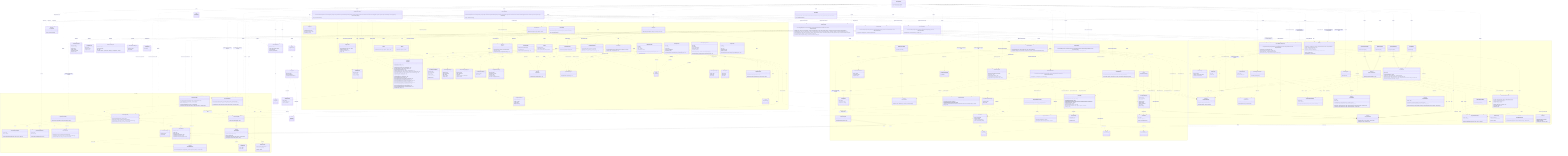
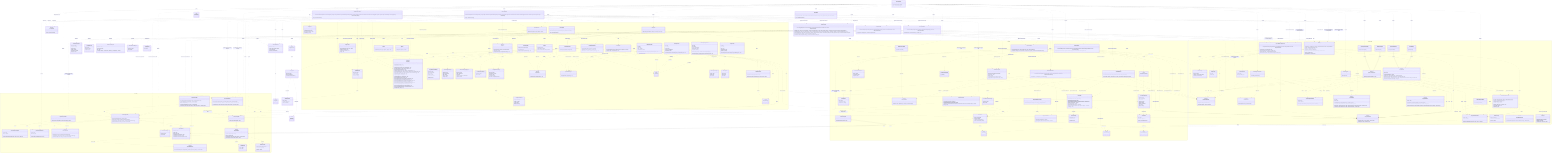
%% Authoritative, system-wide contract chart: every class and every relationship,
%% including the cross-domain interactions between modules.
%% For focused, per-domain views (intra-domain relationships only), see
%% docs/contracts/domains/ (one chart per domain + a README).
classDiagram
  direction TB

  class LicenseWizard {
    +LicenseWizard(args: string[])
    +run() Promise~Answer[]~
  }

  class IWizardMode {
    <<interface>>
    +run() Promise~Answer[]~
  }

  class InteractiveMode {
    +InteractiveMode(licenses: LicenseRepository, config: Config, manifests: ProjectManifestRepository, installer: LicenseInstaller, generator: LicenseGenerator, headers: HeaderApplier, renderer: IRenderer, reporter: IReporter, flags: WizardFlags)
    +run() Promise~Answer[]~
  }

  class NonInteractiveMode {
    +NonInteractiveMode(licenses: LicenseRepository, config: Config, manifests: ProjectManifestRepository, installer: LicenseInstaller, generator: LicenseGenerator, headers: HeaderApplier, reporter: IReporter, flags: WizardFlags, saveTargetByFlag: Record~string, string~)
    +run() Promise~Answer[]~
  }

  class VerifyMode {
    +VerifyMode(verifier: LicenseVerifier, headerVerifier: HeaderVerifier, config: Config, reporter: IReporter, strict: boolean)
    +run() Promise~Answer[]~
  }

  class WizardFlags {
    <<type>>
  }

  class HeaderApplier {
    +HeaderApplier(licenses: LicenseRepository, reader: IFileSystemReader & IPathResolver, writer: IFileSystemWriter)
    +apply(licenseId: string, style: HeaderStyle, comment: HeaderComment, tokens: Record~string, string~, extraIgnores: string[]) Promise~HeaderApplyReport~
    +preview(licenseId: string, style: HeaderStyle, comment: HeaderComment, tokens: Record~string, string~, extraIgnores: string[]) Promise~HeaderPreview | null~
    +forceApply(licenseId: string, style: HeaderStyle, comment: HeaderComment, tokens: Record~string, string~, file: string, options?: object) Promise~HeaderForceReport~
    +remove(extraIgnores: string[]) Promise~HeaderRemovalReport~
    +previewRemoval(extraIgnores: string[]) Promise~HeaderRemovalReport~
  }

  class HeaderApplyReport {
    +licenseId: string
    +style: HeaderStyle
    +total: number
    +written: number
    +unchanged: number
    +skipped: string[]
  }

  class HeaderPreview {
    +files: string[]
    +skipped: string[]
    +sample: string
  }

  class HeaderForceReport {
    +licenseId: string
    +style: HeaderStyle
    +file: string
    +outcome: "written" | "unchanged" | "missing" | "unsupported" | "outside"
  }

  class HeaderRemovalReport {
    +removed: string[]
    +total: number
  }

  class LicenseInstaller {
    +LicenseInstaller(config: Config, manifests: ProjectManifestRepository, generator: LicenseGenerator)
    +install(selection: LicenseSelection) Promise~void~
  }

  class LicenseVerifier {
    +LicenseVerifier(config: Config, manifests: ProjectManifestRepository, generator: LicenseGenerator, reader: IFileSystemReader)
    +verify(options: VerifyOptions) Promise~VerifyOutcome~
  }

  class LicenseSelection {
    +licenseId: string
    +tokens: Record~string, string~
    +save: ConfigSave
    +headers?: HeaderConfig
  }

  class ConfigSave {
    <<union>>
  }

  class VerifyOptions {
    +fix: boolean
  }

  class VerifyOutcome {
    <<union>>
  }

  class VerifyReport {
    +licenseId: string
    +license: DriftStatus
    +manifests: ManifestCheck[]
  }

  class ManifestCheck {
    +name: string
    +declared: string | null
    +status: DriftStatus
  }

  class DriftStatus {
    <<union>>
  }

  namespace CLI {
    class FlagParser {
      +FlagParser(flags: object)
      +parse(args: string[]) object
      +formatHelp() string
    }

    class Orchestrator {
      +Orchestrator(repository: QuestionRepository, renderer: IRenderer)
      +run() Promise~Answer[]~
    }

    class IRenderer {
      <<interface>>
      +render(question: Question) Promise~Answer~
      +onCancel() string
      +complete(summary: CompletionSummary) void
    }

    class CompletionSummary {
      +licenseId: string
      +customized: boolean
      +savedTo: string
      +manifests: string[]
      +headers?: CompletionHeaders
    }

    class CompletionHeaders {
      +style: HeaderStyle
      +written: number
      +total: number
      +skipped: string[]
    }

    class ProgressBar {
      +ProgressBar(label: string, out?: object)
      +start(total: number) void
      +update(done: number) void
      +stop() void
    }

    class ClackRenderer {
      +ClackRenderer(meta: object, spinner: Spinner)
    }

    class IReporter {
      <<interface>>
      +usage(options: string) void
      +version(version: string) void
      +tokens(licenseId: string, slots: TemplateSlot[]) void
      +generated(licenseId: string, savedTo: string) void
      +dryRun(report: DryRunReport) void
      +missingFields(licenseId: string, missing: TemplateSlot[]) void
      +unknownFields(licenseId: string, unknown: string[], slots: TemplateSlot[]) void
      +licenseNotFound(licenseId: string, suggestions: LicenseIndexEntry[]) void
      +verifyMatch(report: VerifyReport) void
      +verifyFixed(report: VerifyReport) void
      +verifyMismatch(report: VerifyReport) void
      +headersNoFiles(licenseId: string) void
      +headersGenerated(report: HeaderGenerateReport) void
      +headersDryRun(report: HeaderDryRunReport) void
      +headersForceApplied(report: HeaderForceApplyReport) void
      +headersRemoved(report: HeaderRemoveReport) void
      +headersRemoveDryRun(report: HeaderRemoveReport) void
      +headersVerifyMatch(report: HeaderVerifyReport) void
      +headersVerifyFixed(report: HeaderVerifyReport) void
      +headersVerifyMismatch(report: HeaderVerifyReport) void
      +error(message: string) void
    }

    class HeaderGenerateReport {
      +licenseId: string
      +style: HeaderStyle
      +total: number
      +written: number
      +unchanged: number
      +skipped: string[]
    }

    class HeaderDryRunReport {
      +licenseId: string
      +style: HeaderStyle
      +files: string[]
      +skipped: string[]
      +sample: string
    }

    class HeaderForceApplyReport {
      +licenseId: string
      +style: HeaderStyle
      +file: string
      +outcome: "written" | "unchanged"
      +dryRun: boolean
    }

    class HeaderRemoveReport {
      +removed: string[]
      +total: number
    }

    class DryRunReport {
      +licenseId: string
      +content: string
      +save: ConfigSave
      +manifests: string[]
    }

    class MessageReporter {
      +MessageReporter(sink: IOutputSink)
    }

    class CliReporter {
      +CliReporter(programName: string, out?: object, err?: object)
    }

    class IOutputSink {
      <<interface>>
      +emit(message: OutputMessage) void
    }

    class StreamSink {
      +StreamSink(presenter: ReportPresenter, out?: object, err?: object)
      +emit(message: OutputMessage) void
    }

    class RecordingSink {
      +RecordingSink()
      +emit(message: OutputMessage) void
      +messages: OutputMessage[]
    }

    class ReportPresenter {
      +ReportPresenter(programName: string)
      +present(message: OutputMessage, options: object) string
    }

    class OutputMessage {
      <<union>>
    }

    class Banner {
      +buildBanner(meta: object, options: object) string
    }

    class Spinner {
      +start(handle: object) Function
    }

    class QuestionRepository {
      +QuestionRepository(questions: Question[])
      +getByIndex(index: number) Question | null
      +insertAt(index: number, questions: Question[]) void
    }

    class QuestionLifecycle {
      +inject(questions: Question[]) void
    }

    class Question {
      <<union>>
    }

    class TextQuestion {
      +id: string
      +text: string
      +type: "text"
      +defaultValue: string
      +required?: boolean
      +onAnswer(answer: Answer, lifecycle: QuestionLifecycle) void
    }

    class ConfirmQuestion {
      +id: string
      +text: string
      +type: "confirm"
      +defaultValue: boolean
      +onAnswer(answer: Answer, lifecycle: QuestionLifecycle) void
    }

    class AutocompleteQuestion {
      +id: string
      +text: string
      +type: "autocomplete"
      +defaultValue: string
      +required?: boolean
      +search(query: string) Promise~AutocompleteOption[]~
      +onAnswer(answer: Answer, lifecycle: QuestionLifecycle) void
    }

    class AutocompleteOption {
      +value: string
      +label: string
      +hint: string
    }

    class SelectQuestion {
      +id: string
      +text: string
      +type: "select"
      +options: SelectOption[]
      +defaultValue: string
      +onAnswer(answer: Answer, lifecycle: QuestionLifecycle) void
    }

    class SelectOption {
      +value: string
      +label: string
      +hint: string
    }

    class Answer {
      +questionId: string
      +value: string | boolean
      +fields: Record~string, string | boolean~
    }
  }

  namespace Licensing {
    class LicenseRepository {
      +LicenseRepository(source: ILicenseSource)
      +search(query: string) Promise~LicenseIndexEntry[]~
      +suggest(query: string, limit: number) Promise~LicenseIndexEntry[]~
      +getLicense(licenseId: string) Promise~LicenseDetail~
    }

    class LicenseRepositoryError {
      +name: string
      +cause: unknown
      +LicenseRepositoryError(message: string, cause?: unknown)
    }

    class LicenseNotFoundError {
      +name: string
      +licenseId: string
      +LicenseNotFoundError(licenseId: string)
    }

    class ILicenseSource {
      <<interface>>
      +search(query: string) Promise~LicenseIndexEntry[]~
      +suggest(query: string, limit: number) Promise~LicenseIndexEntry[]~
      +fetchLicense(licenseId: string) Promise~LicenseDetail~
    }

    class SpdxLicenseSource {
      +SpdxLicenseSource(ttlMs?: number, timeoutMs?: number)
    }

    class LicenseIndexEntry {
      +licenseId: string
      +name: string
    }

    class LicenseDetail {
      +licenseId: string
      +name: string
      +licenseText: string
      +standardLicenseTemplate?: string
      +standardLicenseHeader?: string
      +standardLicenseHeaderTemplate?: string
    }

    class SpdxTemplate {
      <<abstract>>
      +SpdxTemplate(template: string)
      +slots() TemplateSlot[]
      +resolveSlots(entries: Map~string, string~) SlotResolution
      +render(values: Record~string, string~) string
    }

    class LicenseTemplate {
      +LicenseTemplate(template: string)
    }

    class LicenseCopyright {
      +LicenseCopyright(bodyTemplate: string, headerTemplate: string)
      +fromDetail(detail: LicenseDetail)$ LicenseCopyright
      +slots() TemplateSlot[]
      +requiredSlots(fullHeader: boolean) TemplateSlot[]
      +resolveFor(entries: Map~string, string~, fullHeader: boolean) SlotResolution
    }

    class resolveSlotEntries {
      <<function>>
      +resolveSlotEntries(slots: TemplateSlot[], entries: Map~string, string~) SlotResolution
    }

    class TemplateSlot {
      +token: string
      +label: string
    }

    class SlotResolution {
      +values: Record~string, string~
      +missing: TemplateSlot[]
      +unknown: string[]
    }

    class LicenseGenerator {
      +LicenseGenerator(repository: LicenseRepository, writer: IFileSystemWriter)
      +generate(licenseId: string, slotValues?: Record~string, string~) Promise~void~
      +render(licenseId: string, slotValues?: Record~string, string~) Promise~string~
    }
  }

  namespace Configuration {
    class IFileSystemReader {
      <<interface>>
      +read(path: string) Promise~string~
      +exists(path: string) Promise~boolean~
    }

    class IPathResolver {
      <<interface>>
      +realPath(path: string) Promise~string~
    }

    class IFileSystemWriter {
      <<interface>>
      +write(path: string, content: string) Promise~void~
      +delete(path: string) Promise~void~
    }

    class NodeFileSystemReader {
      +NodeFileSystemReader()
    }

    class NodeFileSystemWriter {
      +NodeFileSystemWriter()
    }

    class FileSystemReaderError {
      +name: string
      +cause: unknown
      +FileSystemReaderError(message: string, cause?: unknown)
    }

    class FileSystemWriterError {
      +name: string
      +cause: unknown
      +FileSystemWriterError(message: string, cause?: unknown)
    }

    class WizardConfig {
      +licenseId: string
      +tokens?: Record~string, string~
      +headers?: HeaderConfig
    }

    class HeaderConfig {
      +style: HeaderStyle
      +comment?: HeaderComment
      +ignore?: string[]
    }

    class parseWizardConfig {
      <<function>>
      +parseWizardConfig(value: unknown, fileName: string) WizardConfig
    }

    class ConfigTarget {
      +id: string
      +label: string
    }

    class IConfigStore {
      <<interface>>
      +id: string
      +label: string
      +available(reader: IFileSystemReader) Promise~boolean~
      +read(reader: IFileSystemReader) Promise~WizardConfig | null~
      +write(reader: IFileSystemReader, writer: IFileSystemWriter, config: WizardConfig) Promise~void~
      +clear(reader: IFileSystemReader, writer: IFileSystemWriter) Promise~void~
    }

    class RcConfigStore {
      +RcConfigStore()
    }

    class ManifestConfigStore {
      <<abstract>>
      +ManifestConfigStore(fileName: string)
    }

    class NpmConfigStore {
      +NpmConfigStore()
    }

    class ComposerConfigStore {
      +ComposerConfigStore()
    }

    class Config {
      +Config(stores: IConfigStore[], reader: IFileSystemReader, writer: IFileSystemWriter)
      +read() Promise~WizardConfig | null~
      +source() Promise~string | null~
      +targets() Promise~ConfigTarget[]~
      +write(config: WizardConfig, targetId: string) Promise~void~
      +clear() Promise~void~
      +clearHeaders() Promise~void~
    }

    class IProjectManifest {
      <<interface>>
      +name: string
      +exists(reader: IFileSystemReader) Promise~boolean~
      +readLicense(reader: IFileSystemReader) Promise~string | null~
      +writeLicense(reader: IFileSystemReader, writer: IFileSystemWriter, licenseId: string) Promise~void~
    }

    class JsonManifest {
      <<abstract>>
      +JsonManifest(fileName: string)
      +name: string
      +exists(reader: IFileSystemReader) Promise~boolean~
      +readLicense(reader: IFileSystemReader) Promise~string | null~
      +writeLicense(reader: IFileSystemReader, writer: IFileSystemWriter, licenseId: string) Promise~void~
      #extractLicenseId(value: unknown)* string | null
    }

    class NpmManifest {
      +NpmManifest()
    }

    class ComposerManifest {
      +ComposerManifest()
    }

    class ProjectManifestRepository {
      +ProjectManifestRepository(manifests: IProjectManifest[], reader: IFileSystemReader, writer: IFileSystemWriter)
      +readLicense() Promise~string | null~
      +writeLicense(licenseId: string) Promise~void~
      +declaredLicenses() Promise~ManifestLicense[]~
      +writeLicenseTo(name: string, licenseId: string) Promise~void~
    }

    class ManifestLicense {
      +name: string
      +licenseId: string | null
    }

    class JsonManifestDocument {
      +read(raw: string, fileName: string)$ JsonManifestDocument
      +empty()$ JsonManifestDocument
      +has(field: string) boolean
      +get(field: string) unknown
      +set(field: string, value: unknown) void
      +delete(field: string) void
      +serialize() string
    }

    class JsonStyle {
      +detect(raw: string)$ JsonStyle
      +default()$ JsonStyle
      +serialize(value: unknown) string
    }
  }

  namespace Headers {
    class HeaderPlan {
      +detail: LicenseDetail
      +style: HeaderStyle
      +comment: HeaderComment
      +tokens: Record~string, string~
    }

    class HeaderStyle {
      <<union>>
    }

    class HeaderComment {
      <<union>>
    }

    class HeaderRenderer {
      +HeaderRenderer(plan: HeaderPlan)
      +supportsFull(detail: LicenseDetail)$ boolean
      +fullHeaderHasUnfilledPlaceholders(detail: LicenseDetail, tokens: Record~string, string~)$ boolean
      +body() string
    }

    class HeaderTemplate {
      +HeaderTemplate(template: string)
    }

    class HeaderComposer {
      +HeaderComposer(plan: HeaderPlan)
      +fingerprint() string
-       +block(extension: string) string
+       +block() string
      +hasManaged(content: string) boolean
      +apply(content: string, filePath: string) string
    }

    class SourceFileScanner {
      +SourceFileScanner(walker: IFileTreeWalker, reader: IFileSystemReader, matchers?: GitignoreMatcherFactory)
      +scan(options?: ScanOptions) Promise~string[]~
    }

    class ScanOptions {
      +root?: string
      +extensions?: string[]
      +extraIgnores?: string[]
    }

    class GitignoreMatcher {
      +GitignoreMatcher(patterns: string[])
      +ignores(path: string, isDirectory: boolean) boolean
    }

    class GitignoreMatcherFactory {
      +fromContent(content: string, extra?: string[]) GitignoreMatcher
    }

    class IFileTreeWalker {
      <<interface>>
      +walk(root: string, skipDirectory: Function) Promise~string[]~
    }

    class NodeFileTreeWalker {
      +NodeFileTreeWalker()
    }

    class HeaderInstaller {
      +HeaderInstaller(reader: IFileSystemReader, writer: IFileSystemWriter)
      +install(files: string[], plan: HeaderPlan, onProgress?: Function) Promise~HeaderInstallSummary~
    }

    class HeaderInstallSummary {
      +written: string[]
      +unchanged: string[]
      +skipped: string[]
    }

    class SourceFile {
      +SourceFile(content: string, path: string)
      +extensionOf(path: string)$ string
-       +commentStyleFor(extension: string, comment?: HeaderComment)$ CommentStyle
+       +commentStyleFor(comment?: HeaderComment)$ CommentStyle
      +hasManagedHeader() boolean
      +canPlaceHeader() boolean
      +withoutManagedHeaders() SourceFile
      +withManagedHeader(block: string, options?: object) SourceFile
      +toString() string
    }

    class CommentStyle {
      +blockStart: string
      +linePrefix: string
      +blockEnd: string
    }

    class HeaderRemover {
      +HeaderRemover(reader: IFileSystemReader, writer: IFileSystemWriter)
      +remove(files: string[], onProgress?: Function) Promise~HeaderRemoveSummary~
    }

    class HeaderRemoveSummary {
      +removed: string[]
      +total: number
    }

    class HeaderVerifier {
      +HeaderVerifier(scanner: SourceFileScanner, reader: IFileSystemReader, writer: IFileSystemWriter, licenses: LicenseRepository)
      +verify(config: WizardConfig, options: HeaderVerifyOptions) Promise~HeaderVerifyOutcome~
    }

    class HeaderVerifyOptions {
      +fix: boolean
    }

    class HeaderVerifyOutcome {
      <<union>>
    }

    class HeaderVerifyReport {
      +licenseId: string
      +style: HeaderStyle
      +total: number
      +matched: string[]
      +missing: string[]
      +drifted: HeaderDrift[]
      +fixed: string[]
      +skipped: string[]
    }

    class HeaderDrift {
      +file: string
      +declares: object | null
      +reason: HeaderDriftReason
    }

    class HeaderDriftReason {
      <<union>>
    }
  }

  TextQuestion ..|> Question : member of
  ConfirmQuestion ..|> Question : member of
  AutocompleteQuestion ..|> Question : member of
  SelectQuestion ..|> Question : member of
  TextQuestion ..> QuestionLifecycle : onAnswer receives
  ConfirmQuestion ..> QuestionLifecycle : onAnswer receives
  AutocompleteQuestion ..> QuestionLifecycle : onAnswer receives
  SelectQuestion ..> QuestionLifecycle : onAnswer receives
  SelectQuestion ..> SelectOption : offers
  Orchestrator ..> QuestionLifecycle : creates
  ClackRenderer ..|> IRenderer : implements
  ClackRenderer ..> Spinner : uses
  ClackRenderer ..> Banner : renders
  IRenderer ..> CompletionSummary : renders
  ClackRenderer ..> CompletionSummary : renders
  MessageReporter ..|> IReporter : implements
  CliReporter --|> MessageReporter : terminal wiring
  MessageReporter ..> IOutputSink : emits to
  MessageReporter ..> OutputMessage : builds
  StreamSink ..|> IOutputSink : implements
  RecordingSink ..|> IOutputSink : implements
  StreamSink ..> ReportPresenter : renders with
  ReportPresenter ..> OutputMessage : renders
  CliReporter ..> StreamSink : wires
  CliReporter ..> ReportPresenter : wires
  MessageReporter ..> TemplateSlot : reads
  MessageReporter ..> VerifyReport : reads
  MessageReporter ..> DryRunReport : reads
  %% Composition root: LicenseWizard parses flags, builds the shared graph, and
  %% delegates each run to one of the three modes through IWizardMode.
  LicenseWizard ..> FlagParser : uses
  LicenseWizard ..> WizardFlags : parses
  LicenseWizard ..> CliReporter : creates
  LicenseWizard ..> IReporter : reports usage through
  LicenseWizard ..> ClackRenderer : creates
  LicenseWizard ..> SpdxLicenseSource : creates
  LicenseWizard ..> LicenseRepository : creates
  LicenseWizard ..> LicenseGenerator : creates
  LicenseWizard ..> LicenseInstaller : creates
  LicenseWizard ..> HeaderApplier : creates
  LicenseWizard ..> LicenseVerifier : creates
  LicenseWizard ..> IWizardMode : delegates the run to
  LicenseWizard ..> InteractiveMode : creates
  LicenseWizard ..> NonInteractiveMode : creates
  LicenseWizard ..> VerifyMode : creates
  InteractiveMode ..|> IWizardMode : implements
  NonInteractiveMode ..|> IWizardMode : implements
  VerifyMode ..|> IWizardMode : implements

  %% Interactive mode: the prompt-driven setup flow.
  InteractiveMode ..> ClackRenderer : renders through
  InteractiveMode ..> IRenderer : reports completion through
  InteractiveMode ..> Orchestrator : creates
  InteractiveMode ..> QuestionRepository : creates
  InteractiveMode ..> LicenseRepository : searches and resolves with
  InteractiveMode ..> LicenseTemplate : creates
  InteractiveMode ..> HeaderRenderer : checks full-header support with
  InteractiveMode ..> LicenseInstaller : applies selection through
  InteractiveMode ..> HeaderApplier : applies headers through
  InteractiveMode ..> LicenseGenerator : renders dry-run preview through
  InteractiveMode ..> Config : reads config and targets from
  InteractiveMode ..> ProjectManifestRepository : reads and reports manifests through
  InteractiveMode ..> IReporter : reports dry-run through
  InteractiveMode ..> LicenseSelection : builds
  InteractiveMode ..> DryRunReport : builds

  %% Non-interactive mode: flag-driven generation, apply-config, and removal.
  NonInteractiveMode ..> LicenseRepository : resolves and suggests with
  NonInteractiveMode ..> LicenseTemplate : creates
  NonInteractiveMode ..> HeaderRenderer : checks full-header support with
  NonInteractiveMode ..> LicenseInstaller : applies selection through
  NonInteractiveMode ..> HeaderApplier : applies headers through
  NonInteractiveMode ..> LicenseGenerator : renders dry-run preview through
  NonInteractiveMode ..> Config : reads config and clears headers through
  NonInteractiveMode ..> ProjectManifestRepository : reports manifests through
  NonInteractiveMode ..> IReporter : reports through
  NonInteractiveMode ..> LicenseSelection : builds
  NonInteractiveMode ..> DryRunReport : builds
  NonInteractiveMode ..> LicenseNotFoundError : handles

  %% Verify mode: LICENSE/manifest and source-header verification.
  VerifyMode ..> LicenseVerifier : verifies through
  VerifyMode ..> HeaderVerifier : verifies headers through
  VerifyMode ..> Config : reads config from
  VerifyMode ..> IReporter : reports through

  LicenseInstaller ..> Config : uses
  LicenseInstaller ..> ProjectManifestRepository : writes selection to
  LicenseInstaller ..> LicenseGenerator : uses
  LicenseInstaller ..> LicenseSelection : applies
  LicenseVerifier ..> Config : reads config from
  LicenseVerifier ..> ProjectManifestRepository : checks and reconciles manifests through
  LicenseVerifier ..> LicenseGenerator : re-renders and rewrites with
  LicenseVerifier ..> IFileSystemReader : reads LICENSE through
  LicenseVerifier ..> VerifyOptions : configured by
  LicenseVerifier ..> VerifyOutcome : returns
  VerifyOutcome ..> VerifyReport : carries
  VerifyReport ..> ManifestCheck : aggregates
  VerifyReport ..> DriftStatus : statuses by
  ManifestCheck ..> DriftStatus : status by
  ProjectManifestRepository ..> ManifestLicense : produces
  LicenseSelection ..> ConfigSave : has
  DryRunReport ..> ConfigSave : carries
  Orchestrator ..> QuestionRepository : gets questions from
  Orchestrator ..> IRenderer : feeds questions to
  ClackRenderer ..> Question : renders
  QuestionRepository ..> Question : produces
  AutocompleteQuestion ..> AutocompleteOption : search produces
  Orchestrator ..> Answer : collects
  SpdxLicenseSource ..|> ILicenseSource : implements
  LicenseRepository ..> ILicenseSource : uses
  LicenseRepository ..> LicenseIndexEntry : produces
  LicenseRepository ..> LicenseDetail : produces
  LicenseRepository ..> LicenseRepositoryError : throws
  LicenseRepository ..> LicenseNotFoundError : throws
  SpdxLicenseSource ..> LicenseNotFoundError : throws
  MessageReporter ..> LicenseIndexEntry : reads
  LicenseGenerator ..> LicenseRepository : uses
  LicenseGenerator ..> IFileSystemWriter : uses
  LicenseGenerator ..> LicenseTemplate : uses
  LicenseTemplate --|> SpdxTemplate : extends
  LicenseCopyright ..> LicenseTemplate : parses body and header with
  LicenseCopyright ..> resolveSlotEntries : resolves with
  SpdxTemplate ..> resolveSlotEntries : resolves with
  HeaderTemplate --|> SpdxTemplate : extends
  SpdxTemplate ..> TemplateSlot : produces
  SpdxTemplate ..> SlotResolution : produces
  NodeFileSystemReader ..|> IFileSystemReader : implements
  NodeFileSystemReader ..|> IPathResolver : implements
  NodeFileSystemWriter ..|> IFileSystemWriter : implements
  NodeFileSystemReader ..> FileSystemReaderError : throws
  NodeFileSystemWriter ..> FileSystemWriterError : throws
  Config ..> IConfigStore : coordinates
  Config ..> IFileSystemReader : uses
  Config ..> IFileSystemWriter : uses
  Config ..> WizardConfig : produces
  Config ..> ConfigTarget : produces
  Config ..> FileSystemWriterError : throws
  RcConfigStore ..|> IConfigStore : implements
  ManifestConfigStore ..|> IConfigStore : implements
  NpmConfigStore --|> ManifestConfigStore : extends
  ComposerConfigStore --|> ManifestConfigStore : extends
  RcConfigStore ..> IFileSystemReader : uses
  RcConfigStore ..> IFileSystemWriter : uses
  RcConfigStore ..> FileSystemReaderError : throws
  RcConfigStore ..> FileSystemWriterError : throws
  ManifestConfigStore ..> IFileSystemReader : uses
  ManifestConfigStore ..> IFileSystemWriter : uses
  ManifestConfigStore ..> FileSystemReaderError : throws
  ManifestConfigStore ..> FileSystemWriterError : throws
  JsonManifest ..|> IProjectManifest : implements
  NpmManifest --|> JsonManifest : extends
  ComposerManifest --|> JsonManifest : extends
  JsonManifest ..> IFileSystemReader : uses
  JsonManifest ..> IFileSystemWriter : uses
  JsonManifest ..> FileSystemReaderError : throws
  JsonManifest ..> FileSystemWriterError : throws
  JsonManifest ..> JsonManifestDocument : reads & writes through
  ManifestConfigStore ..> JsonManifestDocument : reads & writes through
  JsonManifestDocument ..> JsonStyle : preserves formatting with
  JsonManifestDocument ..> FileSystemWriterError : throws
  ProjectManifestRepository ..> IProjectManifest : coordinates
  ProjectManifestRepository ..> IFileSystemReader : uses
  ProjectManifestRepository ..> IFileSystemWriter : uses
  LicenseWizard ..> NodeFileSystemReader : creates
  LicenseWizard ..> NodeFileSystemWriter : creates
  LicenseWizard ..> Config : creates
  LicenseWizard ..> RcConfigStore : creates
  LicenseWizard ..> NpmConfigStore : creates
  LicenseWizard ..> ComposerConfigStore : creates
  LicenseWizard ..> NpmManifest : creates
  LicenseWizard ..> ComposerManifest : creates
  LicenseWizard ..> ProjectManifestRepository : creates
  LicenseWizard ..> HeaderVerifier : creates
  LicenseWizard ..> SourceFileScanner : creates
  LicenseWizard ..> NodeFileTreeWalker : creates
  %% HeaderApplier owns the source-file header surface for both write modes.
  HeaderApplier ..> SourceFileScanner : creates
  HeaderApplier ..> NodeFileTreeWalker : creates
  HeaderApplier ..> HeaderInstaller : creates
  HeaderApplier ..> HeaderInstaller : writes headers through
  HeaderApplier ..> HeaderRemover : creates
  HeaderApplier ..> HeaderRemover : removes headers through
  HeaderApplier ..> SourceFile : previews removal with
  HeaderApplier ..> HeaderComposer : previews header block with
  HeaderApplier ..> ProgressBar : drives header progress with
  HeaderApplier ..> HeaderPlan : builds
  HeaderApplier ..> LicenseRepository : fetches header detail through
  HeaderApplier ..> HeaderApplyReport : produces
  HeaderApplier ..> HeaderPreview : produces
  HeaderApplier ..> HeaderForceReport : produces
  HeaderApplier ..> IPathResolver : confines forced writes through
  HeaderApplier ..> HeaderRemovalReport : produces
  MessageReporter ..> HeaderGenerateReport : reads
  MessageReporter ..> HeaderDryRunReport : reads
  MessageReporter ..> HeaderForceApplyReport : reads
  MessageReporter ..> HeaderRemoveReport : reads
  MessageReporter ..> HeaderVerifyReport : reads
  MessageReporter ..> HeaderDrift : reduces drift from
  HeaderConfig ..> HeaderStyle : style by
  HeaderConfig ..> HeaderComment : comment by
  HeaderPlan ..> LicenseDetail : carries
  HeaderPlan ..> HeaderStyle : styled by
  HeaderPlan ..> HeaderComment : commented as
  SourceFile ..> HeaderComment : selects opener by
  HeaderRenderer ..> HeaderPlan : renders
  HeaderRenderer ..> HeaderTemplate : substitutes header template with
  HeaderComposer ..> HeaderPlan : composes
  HeaderComposer ..> HeaderRenderer : renders body with
  HeaderInstaller ..> HeaderComposer : applies header with
  HeaderInstaller ..> HeaderPlan : applies
  HeaderInstaller ..> IFileSystemReader : reads files through
  HeaderInstaller ..> IFileSystemWriter : writes files through
  HeaderInstaller ..> HeaderInstallSummary : produces
  HeaderRemover ..> SourceFile : strips header through
  HeaderRemover ..> IFileSystemReader : reads files through
  HeaderRemover ..> IFileSystemWriter : writes files through
  HeaderRemover ..> HeaderRemoveSummary : produces
  HeaderComposer ..> SourceFile : places header through
  SourceFile ..> CommentStyle : wraps with
  SourceFileScanner ..> SourceFile : derives extension with
  HeaderVerifier ..> SourceFileScanner : rediscovers files through
  HeaderVerifier ..> HeaderComposer : compares against
  HeaderVerifier ..> LicenseRepository : fetches header detail through
  HeaderVerifier ..> IFileSystemReader : reads files through
  HeaderVerifier ..> IFileSystemWriter : rewrites files through
  HeaderVerifier ..> WizardConfig : verifies against
  HeaderVerifier ..> HeaderVerifyOptions : configured by
  HeaderVerifier ..> HeaderVerifyOutcome : returns
  HeaderVerifyOutcome ..> HeaderVerifyReport : carries
  HeaderVerifyReport ..> HeaderDrift : details drift by
  HeaderDrift ..> HeaderDriftReason : explained by
  HeaderVerifier ..> HeaderDrift : classifies drift into
  SourceFileScanner ..> IFileTreeWalker : walks with
  SourceFileScanner ..> IFileSystemReader : reads .gitignore through
  SourceFileScanner ..> GitignoreMatcherFactory : builds matchers with
  SourceFileScanner ..> GitignoreMatcher : filters with
  SourceFileScanner ..> ScanOptions : configured by
  GitignoreMatcherFactory ..> GitignoreMatcher : creates
  NodeFileTreeWalker ..|> IFileTreeWalker : implements
  ClackRenderer ..> CompletionHeaders : renders
  CompletionSummary ..> CompletionHeaders : carries
